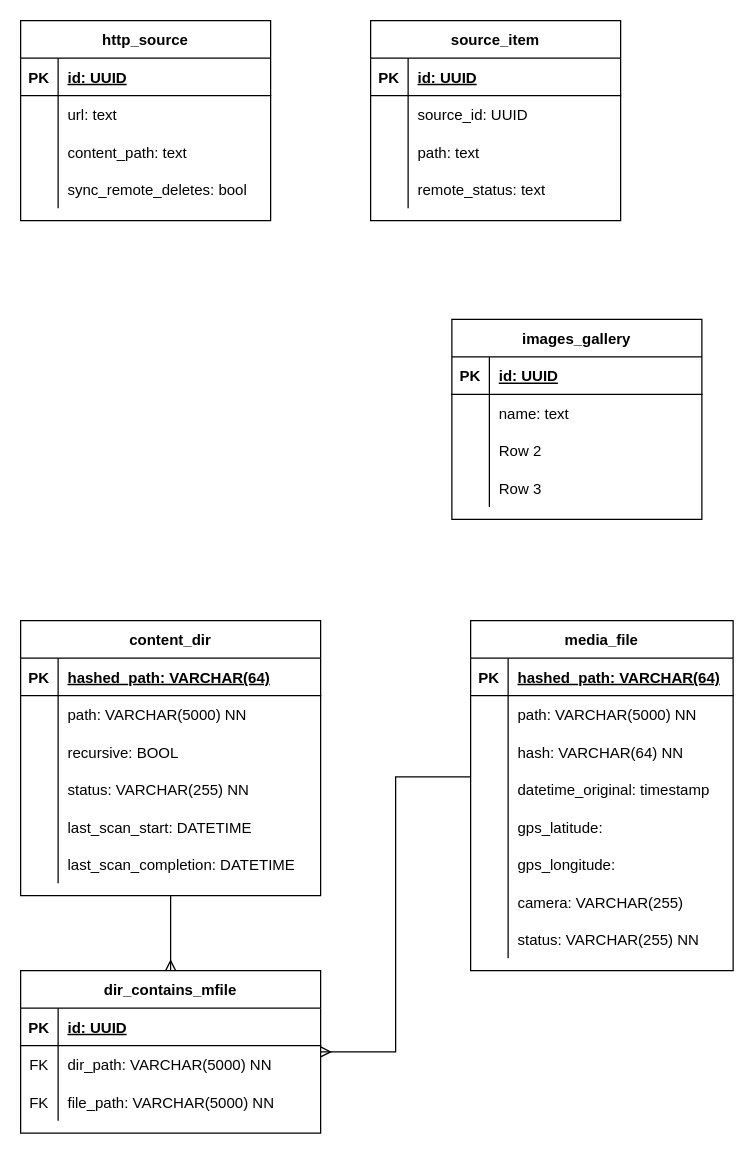
giobyte8/galleries keeps this draw.io diagram as docs/DB Schema.drawio. Above is the earlier version. Source tidied: cells renumbered, new cells numbered last; positions are measured from the earlier drawing's top-left corner, leaving out a move shared by most shapes. Both pictures are drawn from the tidied source at 125%, with x=0, y=0 at pixel (20, 20).
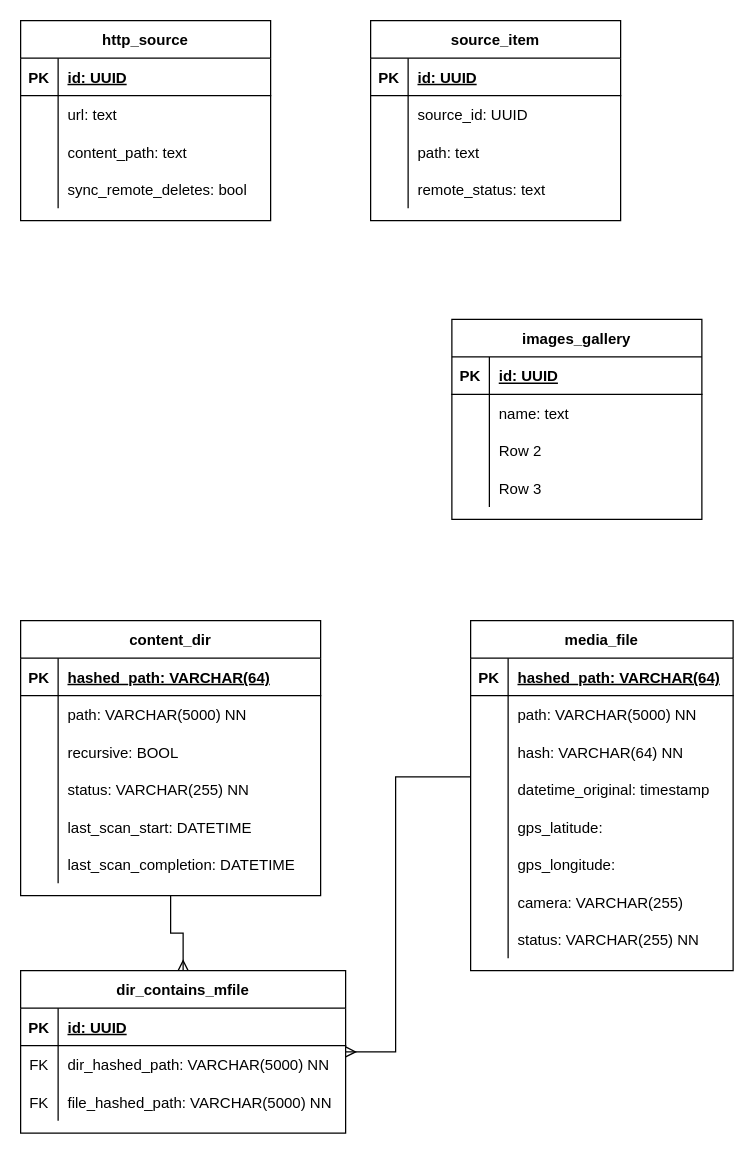
The same page after the edit.

Commit message:
Update database schema for scanner service

Diff of the diagram source:
```diff
@@
     <mxCell id="86" value="dir_contains_mfile" style="shape=table;startSize=30;childLayout=tableLayout;rowLines=0;fontStyle=1;align=center;" parent="1" vertex="1">
-      <mxGeometry y="760" width="240" height="130" as="geometry" />
+      <mxGeometry y="760" width="260" height="130" as="geometry" />
     </mxCell>
     <mxCell id="87" style="shape=tableRow;horizontal=0;startSize=0;swimlaneHead=0;swimlaneBody=0;fillColor=none;top=0;left=0;right=0;bottom=1;" parent="86" vertex="1">
-      <mxGeometry y="30" width="240" height="30" as="geometry" />
+      <mxGeometry y="30" width="260" height="30" as="geometry" />
     </mxCell>
@@
     <mxCell id="89" value="id: UUID" style="shape=partialRectangle;fillColor=none;top=0;left=0;bottom=0;right=0;align=left;spacingLeft=6;fontStyle=5;overflow=hidden;" parent="87" vertex="1">
-      <mxGeometry x="30" width="210" height="30" as="geometry" />
+      <mxGeometry x="30" width="230" height="30" as="geometry" />
     </mxCell>
     <mxCell id="90" style="shape=tableRow;horizontal=0;startSize=0;swimlaneHead=0;swimlaneBody=0;fillColor=none;top=0;left=0;right=0;bottom=0;" parent="86" vertex="1">
-      <mxGeometry y="60" width="240" height="30" as="geometry" />
+      <mxGeometry y="60" width="260" height="30" as="geometry" />
     </mxCell>
@@
-    <mxCell id="92" value="dir_path: VARCHAR(5000) NN" style="shape=partialRectangle;fillColor=none;top=0;left=0;bottom=0;right=0;align=left;spacingLeft=6;overflow=hidden;" parent="90" vertex="1">
-      <mxGeometry x="30" width="210" height="30" as="geometry" />
+    <mxCell id="92" value="dir_hashed_path: VARCHAR(5000) NN" style="shape=partialRectangle;fillColor=none;top=0;left=0;bottom=0;right=0;align=left;spacingLeft=6;overflow=hidden;" parent="90" vertex="1">
+      <mxGeometry x="30" width="230" height="30" as="geometry" />
     </mxCell>
     <mxCell id="93" style="shape=tableRow;horizontal=0;startSize=0;swimlaneHead=0;swimlaneBody=0;fillColor=none;top=0;left=0;right=0;bottom=0;" parent="86" vertex="1">
-      <mxGeometry y="90" width="240" height="30" as="geometry" />
+      <mxGeometry y="90" width="260" height="30" as="geometry" />
     </mxCell>
@@
-    <mxCell id="95" value="file_path: VARCHAR(5000) NN" style="shape=partialRectangle;fillColor=none;top=0;left=0;bottom=0;right=0;align=left;spacingLeft=6;overflow=hidden;" parent="93" vertex="1">
-      <mxGeometry x="30" width="210" height="30" as="geometry" />
+    <mxCell id="95" value="file_hashed_path: VARCHAR(5000) NN" style="shape=partialRectangle;fillColor=none;top=0;left=0;bottom=0;right=0;align=left;spacingLeft=6;overflow=hidden;" parent="93" vertex="1">
+      <mxGeometry x="30" width="230" height="30" as="geometry" />
     </mxCell>
```
